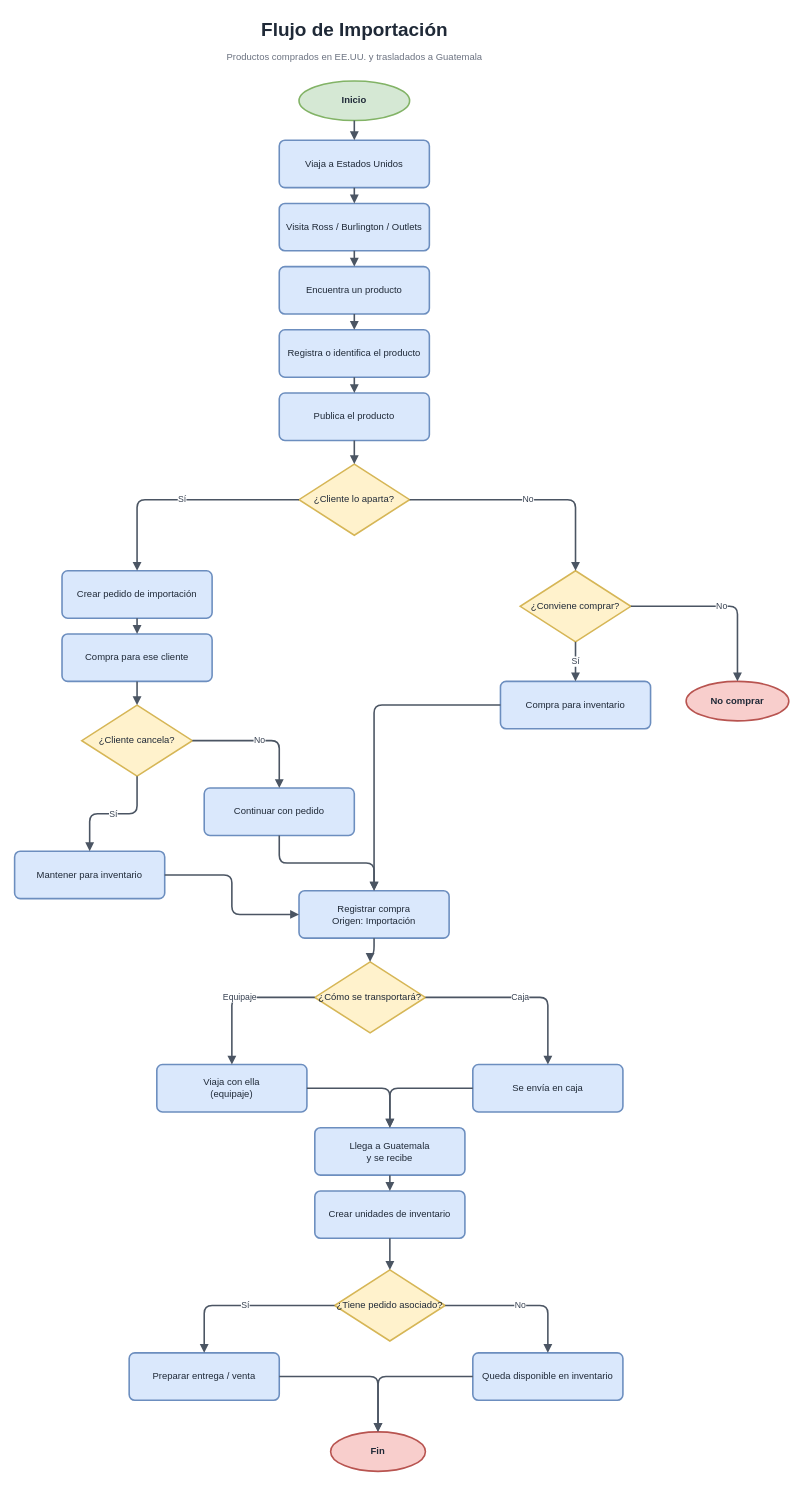
newton0608/ResellManager keeps this draw.io diagram as docs/diagrams/01_FlujoDeImportación.drawio. Above is the earlier version. Source tidied: cells renumbered, new cells numbered last; positions are measured from the earlier drawing's top-left corner, leaving out a move shared by most shapes. Both pictures are drawn from the tidied source at 79%, with x=0, y=0 at pixel (14, 13).
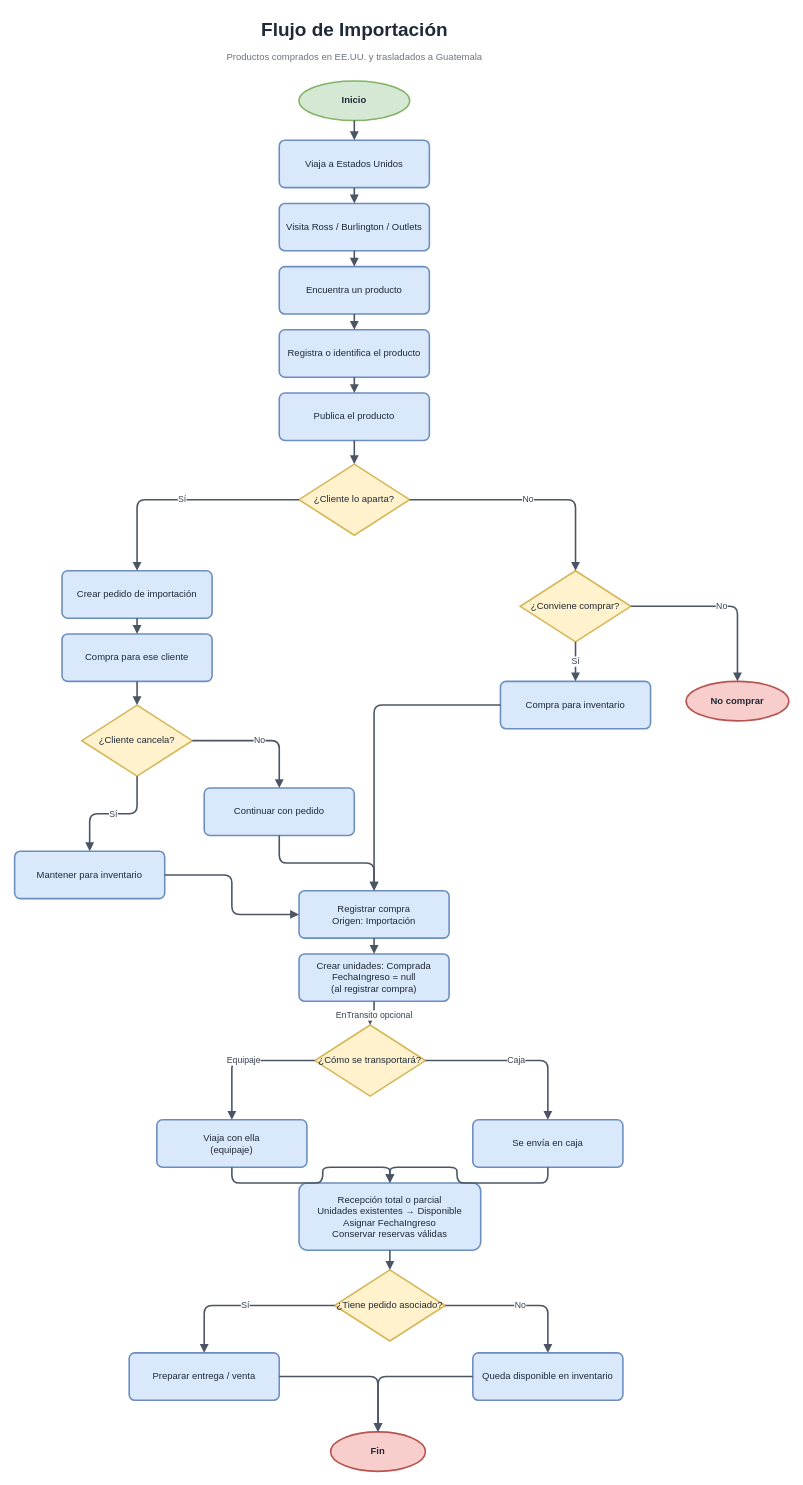
After the change.

The change refers to these unchanged cells:
```xml
<mxCell id="19" value="Registrar compra&lt;br&gt;Origen: Importación" style="rounded=1;whiteSpace=wrap;html=1;fillColor=#DAE8FC;strokeColor=#6C8EBF;strokeWidth=2;fontColor=#1F2937;arcSize=12;" parent="1" vertex="1">
  <mxGeometry x="360" y="1110" width="190" height="60" as="geometry" />
</mxCell>
<mxCell id="25" value="¿Tiene pedido asociado?" style="rhombus;whiteSpace=wrap;html=1;fillColor=#FFF2CC;strokeColor=#D6B656;strokeWidth=2;fontColor=#1F2937;" parent="1" vertex="1">
  <mxGeometry x="405" y="1590" width="140" height="90" as="geometry" />
</mxCell>
```

What changed in the source:
```diff
@@
     <mxCell id="20" value="¿Cómo se transportará?" style="rhombus;whiteSpace=wrap;html=1;fillColor=#FFF2CC;strokeColor=#D6B656;strokeWidth=2;fontColor=#1F2937;" parent="1" vertex="1">
-      <mxGeometry x="380" y="1200" width="140" height="90" as="geometry" />
+      <mxGeometry x="380" y="1280" width="140" height="90" as="geometry" />
     </mxCell>
     <mxCell id="21" value="Viaja con ella&lt;br&gt;(equipaje)" style="rounded=1;whiteSpace=wrap;html=1;fillColor=#DAE8FC;strokeColor=#6C8EBF;strokeWidth=2;fontColor=#1F2937;arcSize=12;" parent="1" vertex="1">
-      <mxGeometry x="180" y="1330" width="190" height="60" as="geometry" />
+      <mxGeometry x="180" y="1400" width="190" height="60" as="geometry" />
     </mxCell>
     <mxCell id="22" value="Se envía en caja" style="rounded=1;whiteSpace=wrap;html=1;fillColor=#DAE8FC;strokeColor=#6C8EBF;strokeWidth=2;fontColor=#1F2937;arcSize=12;" parent="1" vertex="1">
-      <mxGeometry x="580" y="1330" width="190" height="60" as="geometry" />
+      <mxGeometry x="580" y="1400" width="190" height="60" as="geometry" />
     </mxCell>
-    <mxCell id="23" value="Llega a Guatemala&lt;br&gt;y se recibe" style="rounded=1;whiteSpace=wrap;html=1;fillColor=#DAE8FC;strokeColor=#6C8EBF;strokeWidth=2;fontColor=#1F2937;arcSize=12;" parent="1" vertex="1">
-      <mxGeometry x="380" y="1410" width="190" height="60" as="geometry" />
+    <mxCell id="23" value="Recepción total o parcial&lt;br&gt;Unidades existentes → Disponible&lt;br&gt;Asignar FechaIngreso&lt;br&gt;Conservar reservas válidas" style="rounded=1;whiteSpace=wrap;html=1;fillColor=#DAE8FC;strokeColor=#6C8EBF;strokeWidth=2;fontColor=#1F2937;arcSize=12;" parent="1" vertex="1">
+      <mxGeometry x="360" y="1480" width="230" height="85" as="geometry" />
     </mxCell>
-    <mxCell id="24" value="Crear unidades de inventario" style="rounded=1;whiteSpace=wrap;html=1;fillColor=#DAE8FC;strokeColor=#6C8EBF;strokeWidth=2;fontColor=#1F2937;arcSize=12;" parent="1" vertex="1">
-      <mxGeometry x="380" y="1490" width="190" height="60" as="geometry" />
+    <mxCell id="24" value="Crear unidades: Comprada&lt;br&gt;FechaIngreso = null&lt;br&gt;(al registrar compra)" style="rounded=1;whiteSpace=wrap;html=1;fillColor=#DAE8FC;strokeColor=#6C8EBF;strokeWidth=2;fontColor=#1F2937;arcSize=12;" parent="1" vertex="1">
+      <mxGeometry x="360" y="1190" width="190" height="60" as="geometry" />
     </mxCell>
@@
-    <mxCell id="46" style="edgeStyle=orthogonalEdgeStyle;rounded=1;jettySize=auto;html=1;endArrow=block;endFill=1;strokeWidth=2;strokeColor=#4B5563;fontColor=#374151;labelBackgroundColor=#FFFFFF;" parent="1" edge="1" source="19" target="20">
+    <mxCell id="46" style="edgeStyle=orthogonalEdgeStyle;rounded=1;jettySize=auto;html=1;endArrow=block;endFill=1;strokeWidth=2;strokeColor=#4B5563;fontColor=#374151;labelBackgroundColor=#FFFFFF;" parent="1" edge="1" source="19" target="24">
       <mxGeometry relative="1" as="geometry" />
     </mxCell>
@@
-    <mxCell id="51" style="edgeStyle=orthogonalEdgeStyle;rounded=1;jettySize=auto;html=1;endArrow=block;endFill=1;strokeWidth=2;strokeColor=#4B5563;fontColor=#374151;labelBackgroundColor=#FFFFFF;" parent="1" edge="1" source="23" target="24">
+    <mxCell id="51" value="EnTransito opcional" style="edgeStyle=orthogonalEdgeStyle;rounded=1;jettySize=auto;html=1;endArrow=block;endFill=1;strokeWidth=2;strokeColor=#4B5563;fontColor=#374151;labelBackgroundColor=#FFFFFF;" parent="1" edge="1" source="24" target="20">
       <mxGeometry relative="1" as="geometry" />
     </mxCell>
-    <mxCell id="52" style="edgeStyle=orthogonalEdgeStyle;rounded=1;jettySize=auto;html=1;endArrow=block;endFill=1;strokeWidth=2;strokeColor=#4B5563;fontColor=#374151;labelBackgroundColor=#FFFFFF;" parent="1" edge="1" source="24" target="25">
+    <mxCell id="52" style="edgeStyle=orthogonalEdgeStyle;rounded=1;jettySize=auto;html=1;endArrow=block;endFill=1;strokeWidth=2;strokeColor=#4B5563;fontColor=#374151;labelBackgroundColor=#FFFFFF;" parent="1" edge="1" source="23" target="25">
       <mxGeometry relative="1" as="geometry" />
     </mxCell>
```
